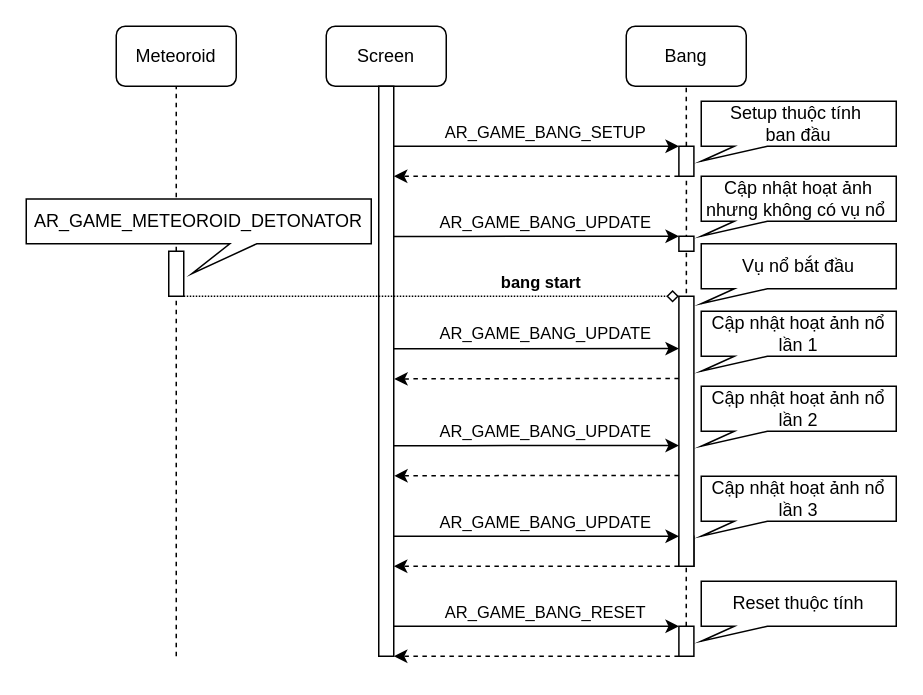
Earlier version of the draw.io diagram page "Page-2" (2 of 2) of bang_sequence.drawio (QuocBuu/drawio). Source tidied: cells renumbered, new cells numbered last; positions are measured from the earlier drawing's top-left corner, leaving out a move shared by most shapes. Both pictures are drawn from the tidied source at 150%, with x=0, y=0 at pixel (26, 26).
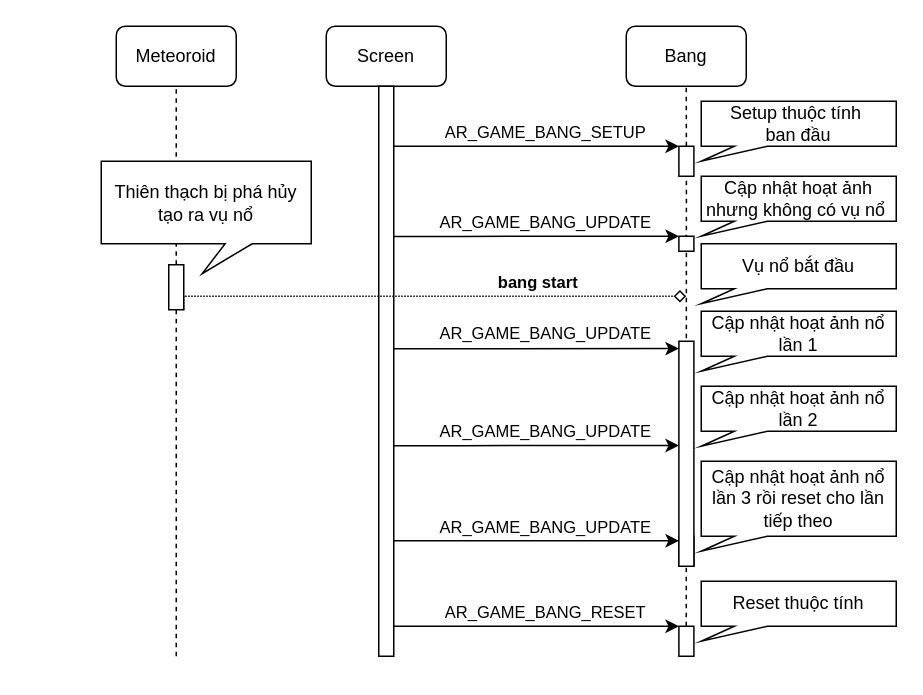
After the change.

Unchanged cells that the change refers to:
```xml
<mxCell id="13" style="rounded=0;whiteSpace=wrap;html=1;" parent="1" vertex="1">
  <mxGeometry x="435.1" y="80" width="10" height="20" as="geometry" />
</mxCell>
<mxCell id="22" style="rounded=0;whiteSpace=wrap;html=1;" parent="1" vertex="1">
  <mxGeometry x="435.1" y="340" width="10" height="20" as="geometry" />
</mxCell>
<mxCell id="32" style="rounded=0;whiteSpace=wrap;html=1;" parent="1" vertex="1">
  <mxGeometry x="435.1" y="400" width="10" height="20" as="geometry" />
</mxCell>
```

Diff of the diagram source:
```diff
@@
-    <mxCell id="12" style="edgeStyle=orthogonalEdgeStyle;rounded=0;jettySize=auto;html=1;exitX=0;exitY=1;exitDx=0;exitDy=0;entryX=1;entryY=0.147;entryDx=0;entryDy=0;entryPerimeter=0;dashed=1;" parent="1" edge="1" source="13">
-      <mxGeometry relative="1" as="geometry">
-        <mxPoint x="245.1" y="100" as="targetPoint" />
-        <Array as="points">
-          <mxPoint x="360.1" y="100" />
-          <mxPoint x="360.1" y="100" />
-        </Array>
-      </mxGeometry>
-    </mxCell>
@@
     <mxCell id="15" style="rounded=0;whiteSpace=wrap;html=1;" parent="1" vertex="1">
-      <mxGeometry x="95" y="150" width="10" height="30" as="geometry" />
+      <mxGeometry x="95" y="159" width="10" height="30" as="geometry" />
     </mxCell>
@@
-    <mxCell id="19" style="edgeStyle=orthogonalEdgeStyle;rounded=0;jettySize=auto;html=1;entryX=0;entryY=0;entryDx=0;entryDy=0;exitX=0.989;exitY=0.265;exitDx=0;exitDy=0;exitPerimeter=0;" parent="1" edge="1" target="22">
+    <mxCell id="19" style="edgeStyle=orthogonalEdgeStyle;rounded=0;orthogonalLoop=1;jettySize=auto;html=1;entryX=0;entryY=0;entryDx=0;entryDy=0;exitX=0.989;exitY=0.265;exitDx=0;exitDy=0;exitPerimeter=0;" parent="1" edge="1">
       <mxGeometry relative="1" as="geometry">
-        <mxPoint x="245.1" y="340" as="sourcePoint" />
+        <mxPoint x="245.1" y="343" as="sourcePoint" />
+        <mxPoint x="435.1" y="343" as="targetPoint" />
         <Array as="points">
-          <mxPoint x="290.1" y="340" />
+          <mxPoint x="290.1" y="343" />
         </Array>
       </mxGeometry>
     </mxCell>
@@
-    <mxCell id="21" style="edgeStyle=orthogonalEdgeStyle;rounded=0;jettySize=auto;html=1;exitX=0;exitY=1;exitDx=0;exitDy=0;dashed=1;entryX=1.019;entryY=0.324;entryDx=0;entryDy=0;entryPerimeter=0;" parent="1" edge="1" source="22">
-      <mxGeometry relative="1" as="geometry">
-        <mxPoint x="245.1" y="360" as="targetPoint" />
-        <Array as="points">
-          <mxPoint x="360.1" y="360" />
-        </Array>
-      </mxGeometry>
-    </mxCell>
@@
-    <mxCell id="23" style="edgeStyle=orthogonalEdgeStyle;rounded=0;jettySize=auto;html=1;entryX=0;entryY=0;entryDx=0;entryDy=0;exitX=1;exitY=1;exitDx=0;exitDy=0;endArrow=diamond;endFill=0;dashed=1;dashPattern=1 1;" parent="1" edge="1" source="15" target="25">
+    <mxCell id="23" style="edgeStyle=orthogonalEdgeStyle;rounded=0;jettySize=auto;html=1;exitX=1;exitY=1;exitDx=0;exitDy=0;endArrow=diamond;endFill=0;dashed=1;dashPattern=1 1;" parent="1" edge="1" source="15">
       <mxGeometry relative="1" as="geometry">
+        <mxPoint x="440" y="180" as="targetPoint" />
         <Array as="points">
           <mxPoint x="105" y="180" />
         </Array>
       </mxGeometry>
     </mxCell>
@@
     <mxCell id="25" style="rounded=0;whiteSpace=wrap;html=1;" parent="1" vertex="1">
-      <mxGeometry x="435.1" y="180" width="10" height="180" as="geometry" />
+      <mxGeometry x="435.1" y="210" width="10" height="150" as="geometry" />
     </mxCell>
@@
-    <mxCell id="28" style="edgeStyle=orthogonalEdgeStyle;rounded=0;orthogonalLoop=1;jettySize=auto;html=1;exitX=0;exitY=1;exitDx=0;exitDy=0;dashed=1;entryX=1.019;entryY=0.324;entryDx=0;entryDy=0;entryPerimeter=0;" parent="1" edge="1">
-      <mxGeometry relative="1" as="geometry">
-        <mxPoint x="435.1" y="234.9" as="sourcePoint" />
-        <mxPoint x="245.3" y="235.1" as="targetPoint" />
-        <Array as="points">
-          <mxPoint x="360.1" y="234.9" />
-        </Array>
-      </mxGeometry>
-    </mxCell>
@@
-    <mxCell id="31" style="edgeStyle=orthogonalEdgeStyle;rounded=0;jettySize=auto;html=1;exitX=0;exitY=1;exitDx=0;exitDy=0;dashed=1;entryX=1.019;entryY=0.324;entryDx=0;entryDy=0;entryPerimeter=0;" parent="1" edge="1" source="32">
-      <mxGeometry relative="1" as="geometry">
-        <mxPoint x="245.1" y="420" as="targetPoint" />
-        <Array as="points">
-          <mxPoint x="360.1" y="420" />
-        </Array>
-      </mxGeometry>
-    </mxCell>
@@
-    <mxCell id="38" value="Cập nhật hoạt ảnh nổ lần 3" style="shape=callout;whiteSpace=wrap;html=1;perimeter=calloutPerimeter;position2=0;base=22;size=10;position=0.17;" parent="1" vertex="1">
-      <mxGeometry x="450" y="300" width="130" height="40" as="geometry" />
+    <mxCell id="38" value="Cập nhật hoạt ảnh nổ lần 3 rồi reset cho lần tiếp theo" style="shape=callout;whiteSpace=wrap;html=1;perimeter=calloutPerimeter;position2=0;base=22;size=10;position=0.17;" parent="1" vertex="1">
+      <mxGeometry x="450" y="290" width="130" height="60" as="geometry" />
     </mxCell>
@@
-    <mxCell id="40" value="AR_GAME_METEOROID_DETONATOR" style="shape=callout;whiteSpace=wrap;html=1;perimeter=calloutPerimeter;position2=0.48;base=18;size=20;position=0.59;" parent="1" vertex="1">
-      <mxGeometry y="115.1" width="230" height="49.9" as="geometry" />
+    <mxCell id="40" value="Thiên thạch bị phá hủy tạo ra vụ nổ" style="shape=callout;whiteSpace=wrap;html=1;perimeter=calloutPerimeter;position2=0.48;base=18;size=20;position=0.59;" parent="1" vertex="1">
+      <mxGeometry x="50" y="90" width="140" height="75" as="geometry" />
     </mxCell>
@@
-    <mxCell id="43" style="edgeStyle=orthogonalEdgeStyle;rounded=0;orthogonalLoop=1;jettySize=auto;html=1;exitX=0;exitY=1;exitDx=0;exitDy=0;dashed=1;entryX=1.019;entryY=0.324;entryDx=0;entryDy=0;entryPerimeter=0;" parent="1" edge="1">
-      <mxGeometry relative="1" as="geometry">
-        <mxPoint x="435.1" y="299.5" as="sourcePoint" />
-        <mxPoint x="245.3" y="299.7" as="targetPoint" />
-        <Array as="points">
-          <mxPoint x="360.1" y="299.6" />
-        </Array>
-      </mxGeometry>
-    </mxCell>
```
